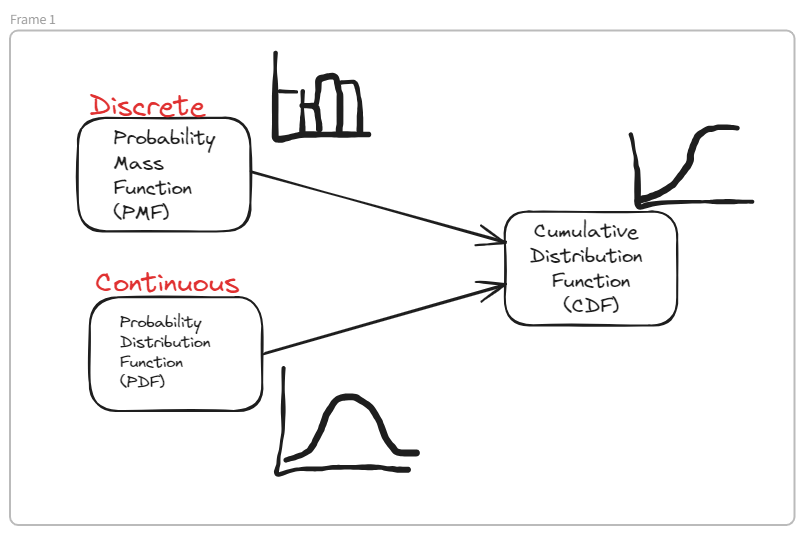
Before: Descrete_statistics.excalidraw.png, a diagram exported from Excalidraw (waseemofficial/Python-and-Scikit-Learn). Source tidied: one line per element, renumbered; positions are measured from the earlier drawing's top-left corner, leaving out a move shared by most shapes.
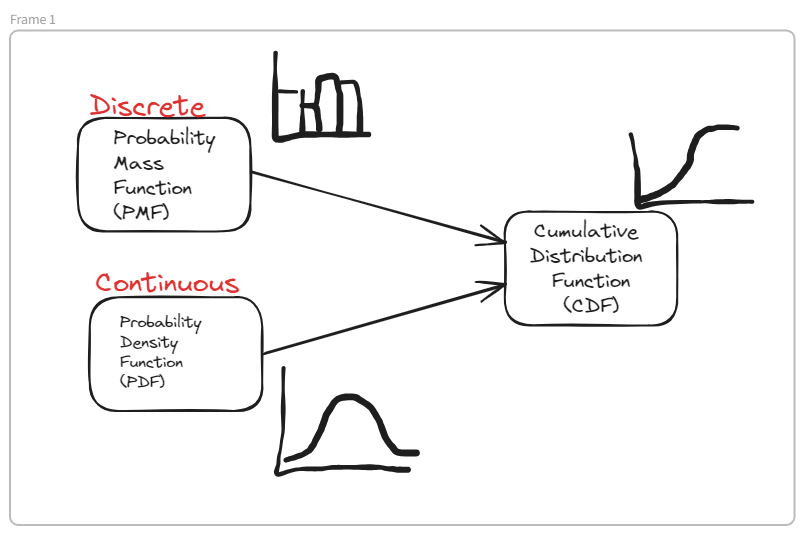
After the change.

Diff of the diagram source:
```diff
@@ -2,7 +2,7 @@
 {"id": 1, "type": "arrow", "strokeColor": "#1e1e1e", "strokeWidth": 2, "roughness": 1, "endArrowhead": "arrow", "round": true, "from": 0, "x": 242, "y": 142, "width": 253, "height": 70, "points": [[0, 0], [253, 70]]}
 {"id": 2, "type": "arrow", "strokeColor": "#1e1e1e", "strokeWidth": 2, "roughness": 1, "endArrowhead": "arrow", "round": true, "from": 18, "to": 19, "x": 254, "y": 324, "width": 240, "height": 69, "points": [[0, 0], [240, -69]]}
 {"id": 3, "type": "text", "text": "Probability\nMass\nFunction\n(PMF)", "strokeColor": "#1e1e1e", "strokeWidth": 2, "roughness": 1, "fontSize": 20, "fontFamily": 1, "x": 104, "y": 95, "width": 101, "height": 100}
-{"id": 4, "type": "text", "text": "Probability\nDistribution\nFunction\n(PDF)", "strokeColor": "#1e1e1e", "strokeWidth": 1, "roughness": 1, "fontSize": 16, "fontFamily": 1, "x": 110, "y": 283, "width": 90, "height": 80}
+{"id": 4, "type": "text", "text": "Probability\nDensity\nFunction\n(PDF)", "strokeColor": "#1e1e1e", "strokeWidth": 1, "roughness": 1, "fontSize": 16, "fontFamily": 1, "x": 110, "y": 283, "width": 81, "height": 80}
 {"id": 5, "type": "freedraw", "strokeColor": "#1e1e1e", "strokeWidth": 1, "roughness": 1, "x": 266, "y": 22, "width": 94, "height": 86, "points": [[0, 0], [0, 14], [0, 24], [0, 28], [0, 33], [0, 38], [0, 42], [0, 47], [0, 54], [0, 61], [0, 68], [0, 74], [0, 78], [0, 81], [0, 85], [3, 86], [8, 86], [19, 83], [24, 82], [29, 82], [34, 82], [42, 82], [55, 82], [59, 82], [63, 82], [67, 82], [73, 82], [87, 82], [92, 82]]}
 {"id": 6, "type": "freedraw", "strokeColor": "#1e1e1e", "strokeWidth": 1, "roughness": 1, "x": 270, "y": 61, "width": 21, "height": 1, "points": [[0, 0], [21, 1], [20, 1]]}
 {"id": 7, "type": "freedraw", "strokeColor": "#1e1e1e", "strokeWidth": 1, "roughness": 1, "x": 293, "y": 61, "width": 0, "height": 41, "points": [[0, 0], [0, 1], [0, 4], [0, 10], [0, 14], [0, 18], [0, 22], [0, 24], [0, 25], [0, 26], [0, 27], [0, 28], [0, 29], [0, 30], [0, 30], [0, 31], [0, 32], [0, 33], [0, 34], [0, 34], [0, 36], [0, 38], [0, 39], [0, 40], [0, 41], [0, 41]]}
```
